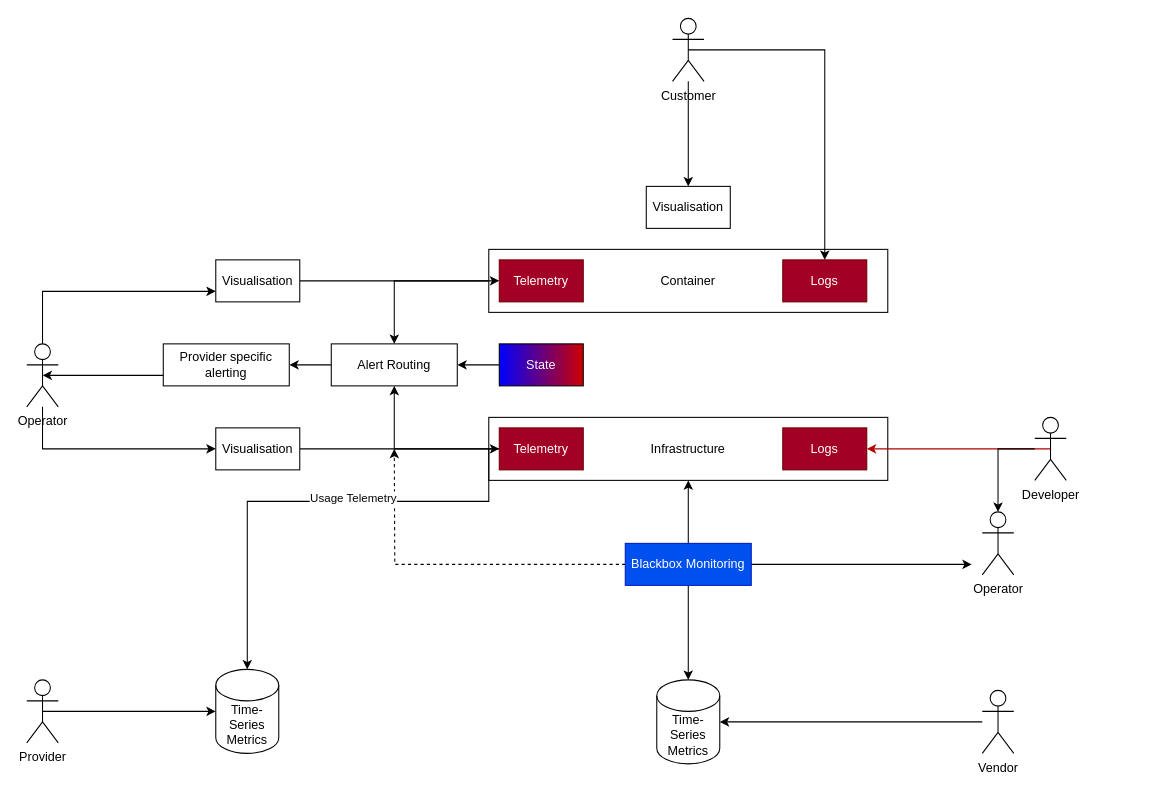
This is overview_monitoring_architecture.drawio from SovereignCloudStack/Design-Docs, a draw.io file, before an edit. Source tidied: cells renumbered, new cells numbered last; positions are measured from the earlier drawing's top-left corner, leaving out a move shared by most shapes. Both pictures are drawn from the tidied source at 105%, with x=0, y=0 at pixel (26, 18).
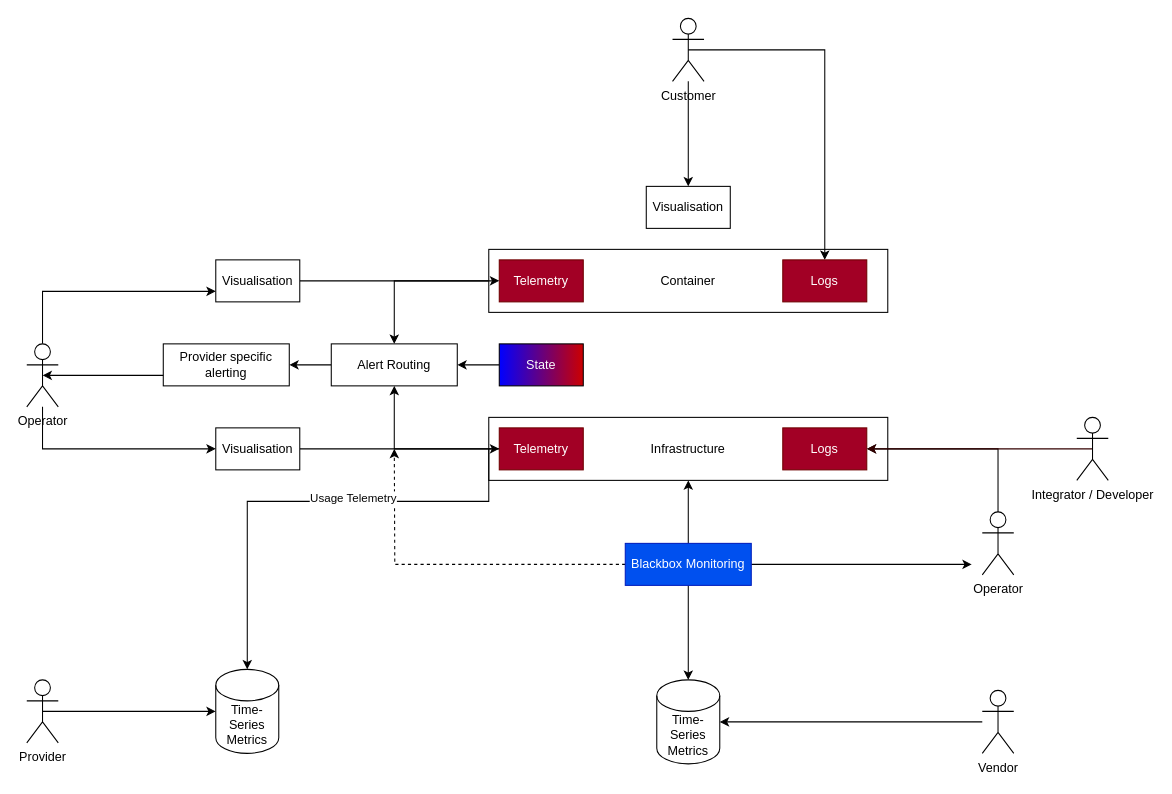
The same page after the edit.

Commit message (it also covers changes not shown here):
Make sure 'Integrator' role is mentioned

Unchanged cells that the change refers to:
```xml
<mxCell id="28" value="Operator" style="shape=umlActor;verticalLabelPosition=bottom;verticalAlign=top;html=1;outlineConnect=0;" parent="1" vertex="1">
  <mxGeometry x="910" y="470" width="30" height="60" as="geometry" />
</mxCell>
<mxCell id="32" value="Logs" style="rounded=0;whiteSpace=wrap;html=1;fillColor=#a20025;strokeColor=#6F0000;fontColor=#ffffff;" parent="1" vertex="1">
  <mxGeometry x="720" y="390" width="80" height="40" as="geometry" />
</mxCell>
```

Change to the diagram source:
```diff
@@
+    <mxCell id="44" style="edgeStyle=orthogonalEdgeStyle;rounded=0;jettySize=auto;html=1;exitX=0.5;exitY=0;exitDx=0;exitDy=0;exitPerimeter=0;entryX=1;entryY=0.5;entryDx=0;entryDy=0;" parent="1" edge="1" source="28" target="32">
+      <mxGeometry relative="1" as="geometry" />
+    </mxCell>
@@
-    <mxCell id="34" style="edgeStyle=orthogonalEdgeStyle;rounded=0;jettySize=auto;html=1;exitX=0.5;exitY=0.5;exitDx=0;exitDy=0;exitPerimeter=0;entryX=1;entryY=0.5;entryDx=0;entryDy=0;fillColor=#e51400;strokeColor=#B20000;" parent="1" edge="1" source="36" target="32">
+    <mxCell id="34" style="edgeStyle=orthogonalEdgeStyle;rounded=0;jettySize=auto;html=1;exitX=0.5;exitY=0.5;exitDx=0;exitDy=0;exitPerimeter=0;entryX=1;entryY=0.5;entryDx=0;entryDy=0;fillColor=#e51400;strokeColor=#330000;" parent="1" edge="1" source="36" target="32">
       <mxGeometry relative="1" as="geometry" />
     </mxCell>
-    <mxCell id="35" style="edgeStyle=orthogonalEdgeStyle;rounded=0;jettySize=auto;html=1;" parent="1" edge="1" source="36" target="28">
-      <mxGeometry relative="1" as="geometry" />
-    </mxCell>
-    <mxCell id="36" value="Developer" style="shape=umlActor;verticalLabelPosition=bottom;verticalAlign=top;html=1;outlineConnect=0;" parent="1" vertex="1">
-      <mxGeometry x="960" y="380" width="30" height="60" as="geometry" />
+    <mxCell id="36" value="Integrator / Developer" style="shape=umlActor;verticalLabelPosition=bottom;verticalAlign=top;html=1;outlineConnect=0;" parent="1" vertex="1">
+      <mxGeometry x="1000" y="380" width="30" height="60" as="geometry" />
     </mxCell>
```
